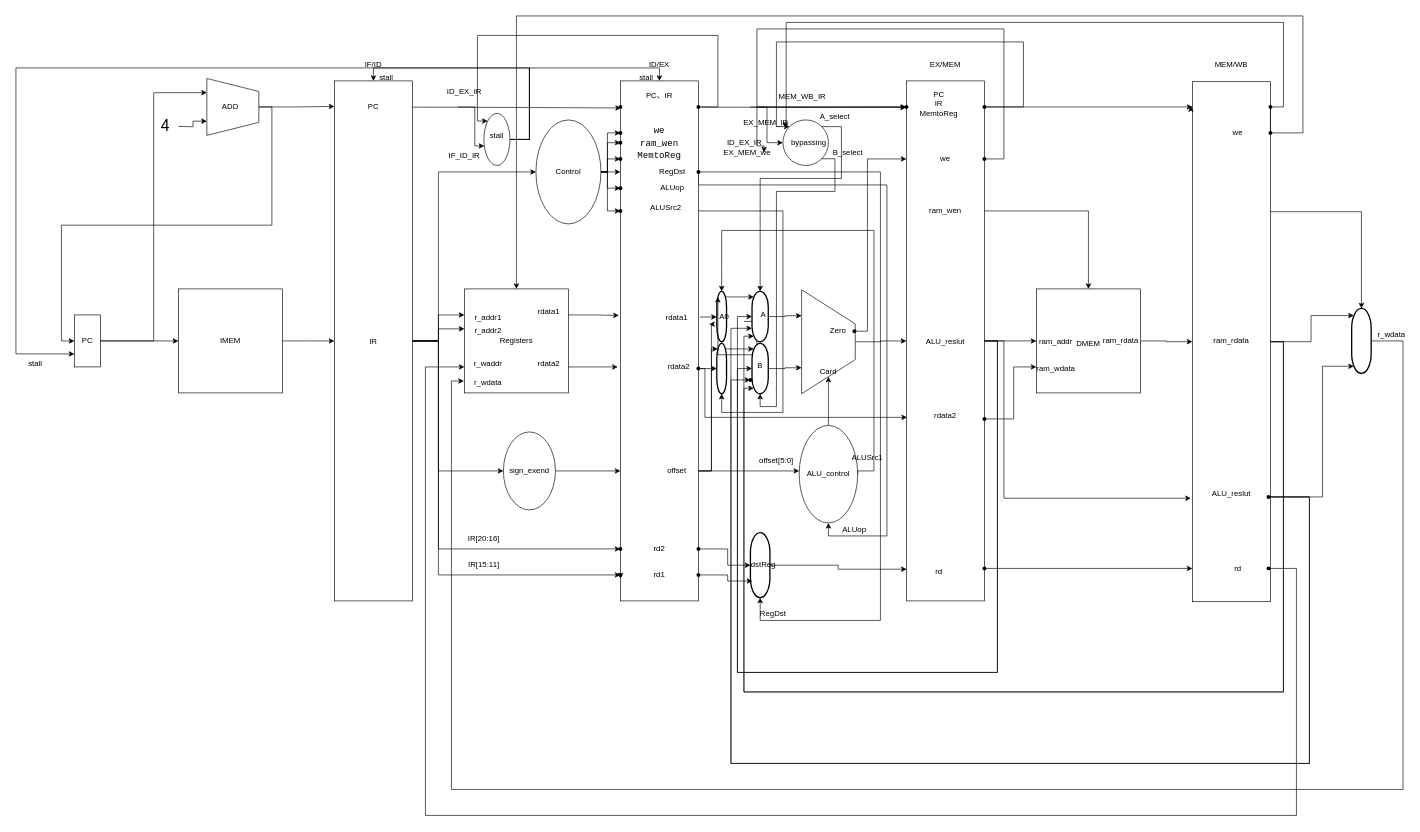
Before: directory/未命名绘图.drawio in lllwwwooo/draw.io, a draw.io diagram. Source tidied: cells renumbered, new cells numbered last; positions are measured from the earlier drawing's top-left corner, leaving out a move shared by most shapes. Both pictures are drawn from the tidied source at 65%, with x=0, y=0 at pixel (16, 16).
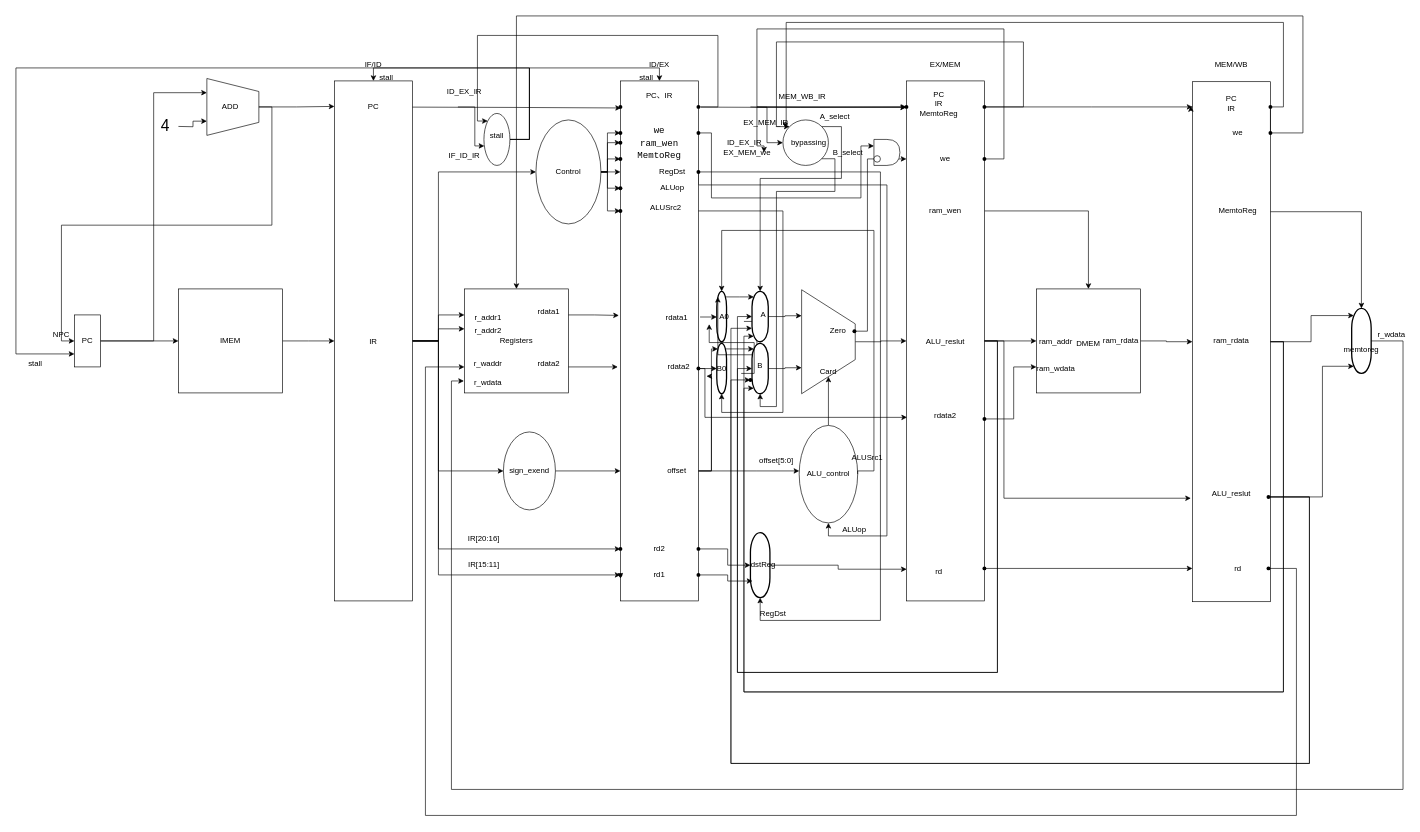
The same diagram, later.

Commit message (it also covers changes not shown here):
更新未命名绘图.drawio

The change refers to these unchanged cells:
```xml
<mxCell id="31" style="rounded=0;whiteSpace=wrap;html=1;" parent="1" vertex="1">
  <mxGeometry x="930" y="100" width="120" height="800" as="geometry" />
</mxCell>
<mxCell id="147" value="A0" style="text;strokeColor=none;align=center;fillColor=none;html=1;verticalAlign=middle;whiteSpace=wrap;rounded=0;" parent="1" vertex="1">
  <mxGeometry x="1060" y="447.5" width="60" height="30" as="geometry" />
</mxCell>
```

Diff of the diagram source:
```diff
@@
-    <mxCell id="146" style="edgeStyle=orthogonalEdgeStyle;rounded=0;jettySize=auto;html=1;exitX=1;exitY=0.75;exitDx=0;exitDy=0;entryX=0.11;entryY=0.89;entryDx=0;entryDy=0;entryPerimeter=0;" parent="1" edge="1" source="31" target="147">
+    <mxCell id="146" style="edgeStyle=orthogonalEdgeStyle;rounded=0;jettySize=auto;html=1;exitX=1;exitY=0.75;exitDx=0;exitDy=0;entryX=0.11;entryY=0.89;entryDx=0;entryDy=0;entryPerimeter=0;" parent="1" edge="1" source="204" target="147">
       <mxGeometry relative="1" as="geometry" />
     </mxCell>
@@
+    <mxCell id="196" value="MemtoReg" style="text;strokeColor=none;align=center;fillColor=none;html=1;verticalAlign=middle;whiteSpace=wrap;rounded=0;" parent="1" vertex="1">
+      <mxGeometry x="1850" y="285" width="60" height="30" as="geometry" />
+    </mxCell>
+    <mxCell id="197" value="memtoreg" style="text;strokeColor=none;align=center;fillColor=none;html=1;verticalAlign=middle;whiteSpace=wrap;rounded=0;" parent="1" vertex="1">
+      <mxGeometry x="2040" y="497.5" width="60" height="30" as="geometry" />
+    </mxCell>
+    <mxCell id="198" style="shape=delay;whiteSpace=wrap;html=1;" parent="1" vertex="1">
+      <mxGeometry x="1320" y="190" width="40" height="40" as="geometry" />
+    </mxCell>
+    <mxCell id="199" style="edgeStyle=orthogonalEdgeStyle;rounded=0;jettySize=auto;html=1;entryX=0;entryY=0.25;entryDx=0;entryDy=0;" parent="1" edge="1" source="200" target="198">
+      <mxGeometry relative="1" as="geometry">
+        <Array as="points">
+          <mxPoint x="1070" y="180" />
+          <mxPoint x="1070" y="280" />
+          <mxPoint x="1300" y="280" />
+          <mxPoint x="1300" y="200" />
+        </Array>
+      </mxGeometry>
+    </mxCell>
+    <mxCell id="200" style="shape=waypoint;sketch=0;fillStyle=solid;size=6;points=[];fillColor=none;perimeter=centerPerimeter;snapToPoint=1;" parent="1" vertex="1">
+      <mxGeometry x="1040" y="170" width="20" height="20" as="geometry" />
+    </mxCell>
+    <mxCell id="201" value="PC&lt;br&gt;IR" style="text;strokeColor=none;align=center;fillColor=none;html=1;verticalAlign=middle;whiteSpace=wrap;rounded=0;" parent="1" vertex="1">
+      <mxGeometry x="1840" y="120" width="60" height="30" as="geometry" />
+    </mxCell>
+    <mxCell id="202" value="NPC" style="text;strokeColor=none;align=center;fillColor=none;html=1;verticalAlign=middle;whiteSpace=wrap;rounded=0;" parent="1" vertex="1">
+      <mxGeometry x="40" y="475" width="60" height="30" as="geometry" />
+    </mxCell>
+    <mxCell id="203" style="edgeStyle=orthogonalEdgeStyle;rounded=0;jettySize=auto;html=1;exitX=1;exitY=0.75;exitDx=0;exitDy=0;entryX=0.11;entryY=0.89;entryDx=0;entryDy=0;entryPerimeter=0;" parent="1" edge="1" source="31" target="204">
+      <mxGeometry relative="1" as="geometry" />
+    </mxCell>
+    <mxCell id="204" value="B0" style="text;strokeColor=none;align=center;fillColor=none;html=1;verticalAlign=middle;whiteSpace=wrap;rounded=0;" parent="1" vertex="1">
+      <mxGeometry x="1055.8" y="527.5" width="60" height="30" as="geometry" />
+    </mxCell>
+    <mxCell id="205" style="ellipse;whiteSpace=wrap;html=1;" parent="1" vertex="1">
+      <mxGeometry x="1320" y="215" width="10" height="10" as="geometry" />
+    </mxCell>
```
